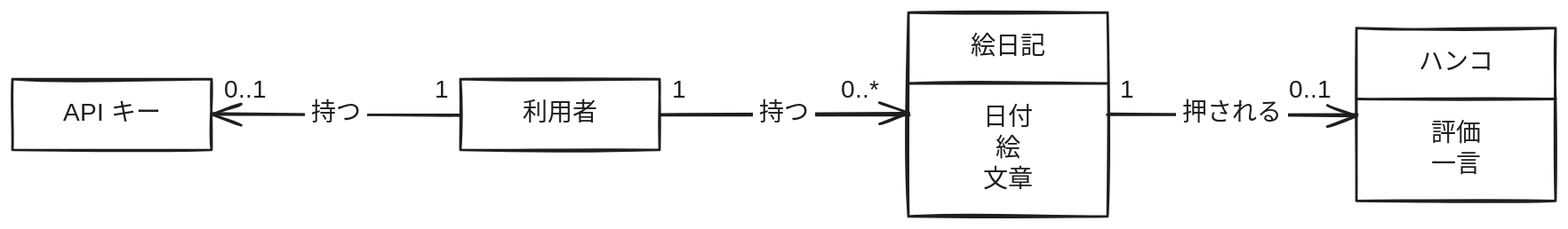
This is docs/diagrams/domain-model.excalidraw.svg from yuta-shacho/enikki-with-ai, a Excalidraw export, as it was before one commit. Source tidied: one line per element, renumbered; positions are measured from the earlier drawing's top-left corner, leaving out a move shared by most shapes. Its diagram source:
```json
{"id": 0, "type": "rectangle", "strokeColor": "#1e1e1e", "strokeWidth": 2, "roughness": 1, "x": 0, "y": 54, "width": 160, "height": 57}
{"id": 1, "type": "text", "text": "API キー", "strokeColor": "#1e1e1e", "strokeWidth": 2, "roughness": 1, "fontSize": 20, "fontFamily": 5, "textAlign": "center", "x": 0, "y": 70, "width": 160, "height": 25}
{"id": 2, "type": "rectangle", "strokeColor": "#1e1e1e", "strokeWidth": 2, "roughness": 1, "x": 360, "y": 54, "width": 160, "height": 57}
{"id": 3, "type": "text", "text": "利用者", "strokeColor": "#1e1e1e", "strokeWidth": 2, "roughness": 1, "fontSize": 20, "fontFamily": 5, "textAlign": "center", "x": 360, "y": 70, "width": 160, "height": 25}
{"id": 4, "type": "rectangle", "strokeColor": "#1e1e1e", "strokeWidth": 2, "roughness": 1, "x": 720, "y": 0, "width": 160, "height": 164}
{"id": 5, "type": "text", "text": "絵日記", "strokeColor": "#1e1e1e", "strokeWidth": 2, "roughness": 1, "fontSize": 20, "fontFamily": 5, "textAlign": "center", "x": 720, "y": 16, "width": 160, "height": 25}
{"id": 6, "type": "line", "strokeColor": "#1e1e1e", "strokeWidth": 2, "roughness": 1, "x": 720, "y": 57, "width": 160, "height": 0, "points": [[0, 0], [160, 0]]}
{"id": 7, "type": "text", "text": "日付\n絵\n文章", "strokeColor": "#1e1e1e", "strokeWidth": 2, "roughness": 1, "fontSize": 20, "fontFamily": 5, "textAlign": "center", "x": 720, "y": 73, "width": 160, "height": 75}
{"id": 8, "type": "rectangle", "strokeColor": "#1e1e1e", "strokeWidth": 2, "roughness": 1, "x": 1080, "y": 12, "width": 160, "height": 139}
{"id": 9, "type": "text", "text": "ハンコ", "strokeColor": "#1e1e1e", "strokeWidth": 2, "roughness": 1, "fontSize": 20, "fontFamily": 5, "textAlign": "center", "x": 1080, "y": 28, "width": 160, "height": 25}
{"id": 10, "type": "line", "strokeColor": "#1e1e1e", "strokeWidth": 2, "roughness": 1, "x": 1080, "y": 70, "width": 160, "height": 0, "points": [[0, 0], [160, 0]]}
{"id": 11, "type": "text", "text": "評価\n一言", "strokeColor": "#1e1e1e", "strokeWidth": 2, "roughness": 1, "fontSize": 20, "fontFamily": 5, "textAlign": "center", "x": 1080, "y": 86, "width": 160, "height": 50}
{"id": 12, "type": "arrow", "strokeColor": "#1e1e1e", "strokeWidth": 2, "roughness": 1, "endArrowhead": "arrow", "round": true, "from": 2, "to": 0, "x": 360, "y": 82, "width": 200, "height": 0, "points": [[0, 0], [-200, 0]]}
{"id": 13, "type": "text", "text": "持つ", "strokeColor": "#1e1e1e", "strokeWidth": 2, "roughness": 1, "fontSize": 20, "fontFamily": 5, "textAlign": "center", "verticalAlign": "middle", "inside": 12, "x": 240, "y": 70, "width": 40, "height": 25}
{"id": 14, "type": "text", "text": "1", "strokeColor": "#1e1e1e", "strokeWidth": 2, "roughness": 1, "fontSize": 20, "fontFamily": 5, "x": 339, "y": 51, "width": 11, "height": 25}
{"id": 15, "type": "text", "text": "0..1", "strokeColor": "#1e1e1e", "strokeWidth": 2, "roughness": 1, "fontSize": 20, "fontFamily": 5, "x": 170, "y": 51, "width": 44, "height": 25}
{"id": 16, "type": "arrow", "strokeColor": "#1e1e1e", "strokeWidth": 2, "roughness": 1, "endArrowhead": "arrow", "round": true, "from": 2, "to": 4, "x": 520, "y": 82, "width": 200, "height": 0, "points": [[0, 0], [200, 0]]}
{"id": 17, "type": "text", "text": "持つ", "strokeColor": "#1e1e1e", "strokeWidth": 2, "roughness": 1, "fontSize": 20, "fontFamily": 5, "textAlign": "center", "verticalAlign": "middle", "inside": 16, "x": 600, "y": 70, "width": 40, "height": 25}
{"id": 18, "type": "text", "text": "1", "strokeColor": "#1e1e1e", "strokeWidth": 2, "roughness": 1, "fontSize": 20, "fontFamily": 5, "x": 530, "y": 51, "width": 11, "height": 25}
{"id": 19, "type": "text", "text": "0..*", "strokeColor": "#1e1e1e", "strokeWidth": 2, "roughness": 1, "fontSize": 20, "fontFamily": 5, "x": 666, "y": 51, "width": 44, "height": 25}
{"id": 20, "type": "arrow", "strokeColor": "#1e1e1e", "strokeWidth": 2, "roughness": 1, "endArrowhead": "arrow", "round": true, "from": 4, "to": 8, "x": 880, "y": 82, "width": 200, "height": 0, "points": [[0, 0], [200, 0]]}
{"id": 21, "type": "text", "text": "押される", "strokeColor": "#1e1e1e", "strokeWidth": 2, "roughness": 1, "fontSize": 20, "fontFamily": 5, "textAlign": "center", "verticalAlign": "middle", "inside": 20, "x": 940, "y": 70, "width": 80, "height": 25}
{"id": 22, "type": "text", "text": "1", "strokeColor": "#1e1e1e", "strokeWidth": 2, "roughness": 1, "fontSize": 20, "fontFamily": 5, "x": 890, "y": 51, "width": 11, "height": 25}
{"id": 23, "type": "text", "text": "0..1", "strokeColor": "#1e1e1e", "strokeWidth": 2, "roughness": 1, "fontSize": 20, "fontFamily": 5, "x": 1026, "y": 51, "width": 44, "height": 25}
```
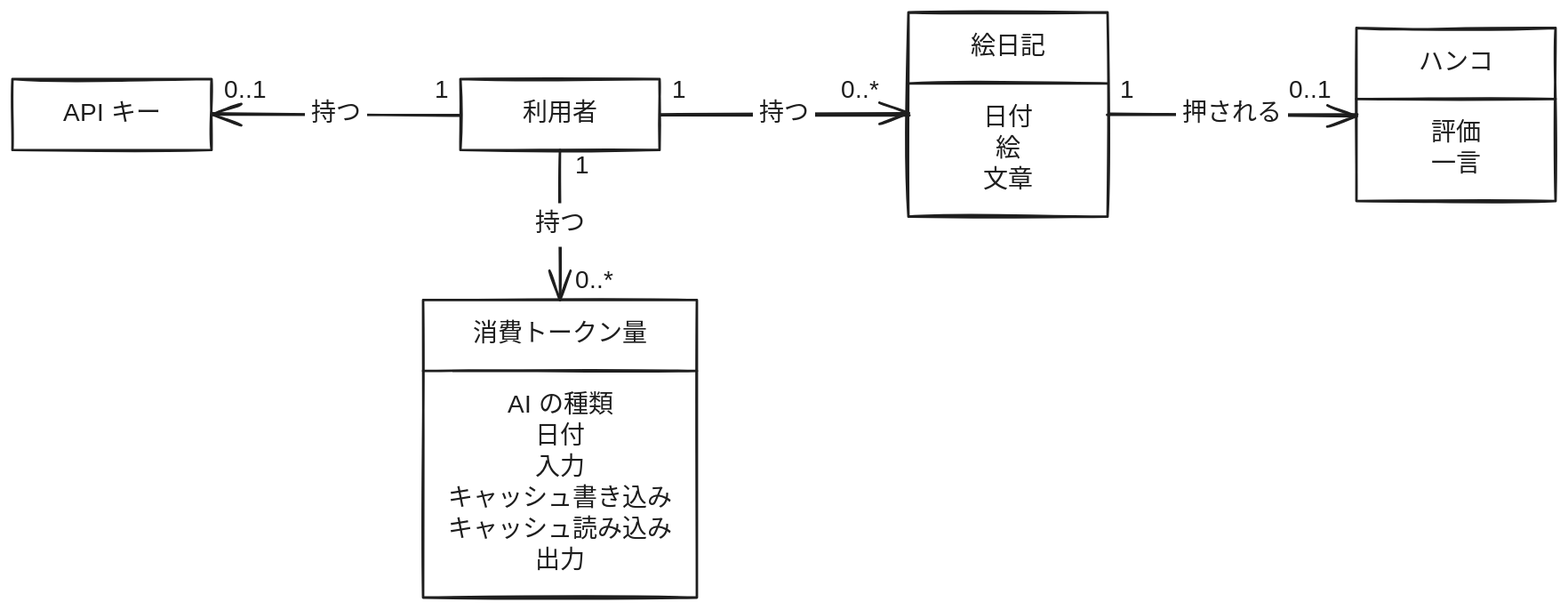
The same diagram one commit later.

Diff of the diagram source:
```diff
@@ -22,3 +22,11 @@
 {"id": 21, "type": "text", "text": "押される", "strokeColor": "#1e1e1e", "strokeWidth": 2, "roughness": 1, "fontSize": 20, "fontFamily": 5, "textAlign": "center", "verticalAlign": "middle", "inside": 20, "x": 940, "y": 70, "width": 80, "height": 25}
 {"id": 22, "type": "text", "text": "1", "strokeColor": "#1e1e1e", "strokeWidth": 2, "roughness": 1, "fontSize": 20, "fontFamily": 5, "x": 890, "y": 51, "width": 11, "height": 25}
 {"id": 23, "type": "text", "text": "0..1", "strokeColor": "#1e1e1e", "strokeWidth": 2, "roughness": 1, "fontSize": 20, "fontFamily": 5, "x": 1026, "y": 51, "width": 44, "height": 25}
+{"id": 24, "type": "rectangle", "strokeColor": "#1e1e1e", "strokeWidth": 2, "roughness": 1, "x": 330, "y": 231, "width": 220, "height": 239}
+{"id": 25, "type": "text", "text": "消費トークン量", "strokeColor": "#1e1e1e", "strokeWidth": 2, "roughness": 1, "fontSize": 20, "fontFamily": 5, "textAlign": "center", "x": 330, "y": 247, "width": 220, "height": 25}
+{"id": 26, "type": "line", "strokeColor": "#1e1e1e", "strokeWidth": 2, "roughness": 1, "x": 330, "y": 288, "width": 220, "height": 0, "points": [[0, 0], [220, 0]]}
+{"id": 27, "type": "text", "text": "AI の種類\n日付\n入力\nキャッシュ書き込み\nキャッシュ読み込み\n出力", "strokeColor": "#1e1e1e", "strokeWidth": 2, "roughness": 1, "fontSize": 20, "fontFamily": 5, "textAlign": "center", "x": 330, "y": 304, "width": 220, "height": 150}
+{"id": 28, "type": "arrow", "strokeColor": "#1e1e1e", "strokeWidth": 2, "roughness": 1, "endArrowhead": "arrow", "round": true, "from": 2, "to": 24, "x": 440, "y": 110, "width": 0, "height": 120, "points": [[0, 0], [0, 120]]}
+{"id": 29, "type": "text", "text": "持つ", "strokeColor": "#1e1e1e", "strokeWidth": 2, "roughness": 1, "fontSize": 20, "fontFamily": 5, "textAlign": "center", "verticalAlign": "middle", "inside": 28, "x": 420, "y": 158, "width": 40, "height": 25}
+{"id": 30, "type": "text", "text": "1", "strokeColor": "#1e1e1e", "strokeWidth": 2, "roughness": 1, "fontSize": 20, "fontFamily": 5, "x": 452, "y": 112, "width": 11, "height": 25}
+{"id": 31, "type": "text", "text": "0..*", "strokeColor": "#1e1e1e", "strokeWidth": 2, "roughness": 1, "fontSize": 20, "fontFamily": 5, "x": 452, "y": 204, "width": 44, "height": 25}
```
